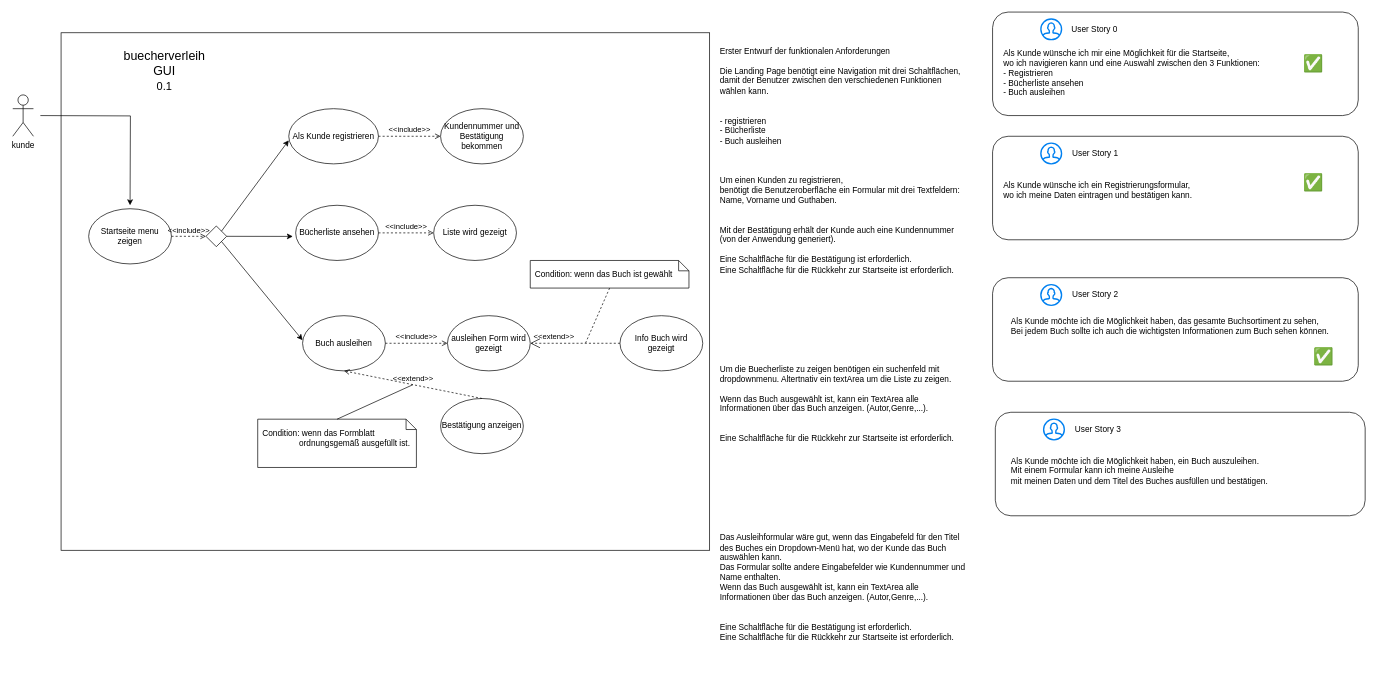
marcogara/WBS_60.1 keeps this draw.io diagram as Buechverleih.drawio. Above is the earlier version. Source tidied: cells renumbered, new cells numbered last; positions are measured from the earlier drawing's top-left corner, leaving out a move shared by most shapes. Both pictures are drawn from the tidied source at 69%, with x=0, y=0 at pixel (12, 12).
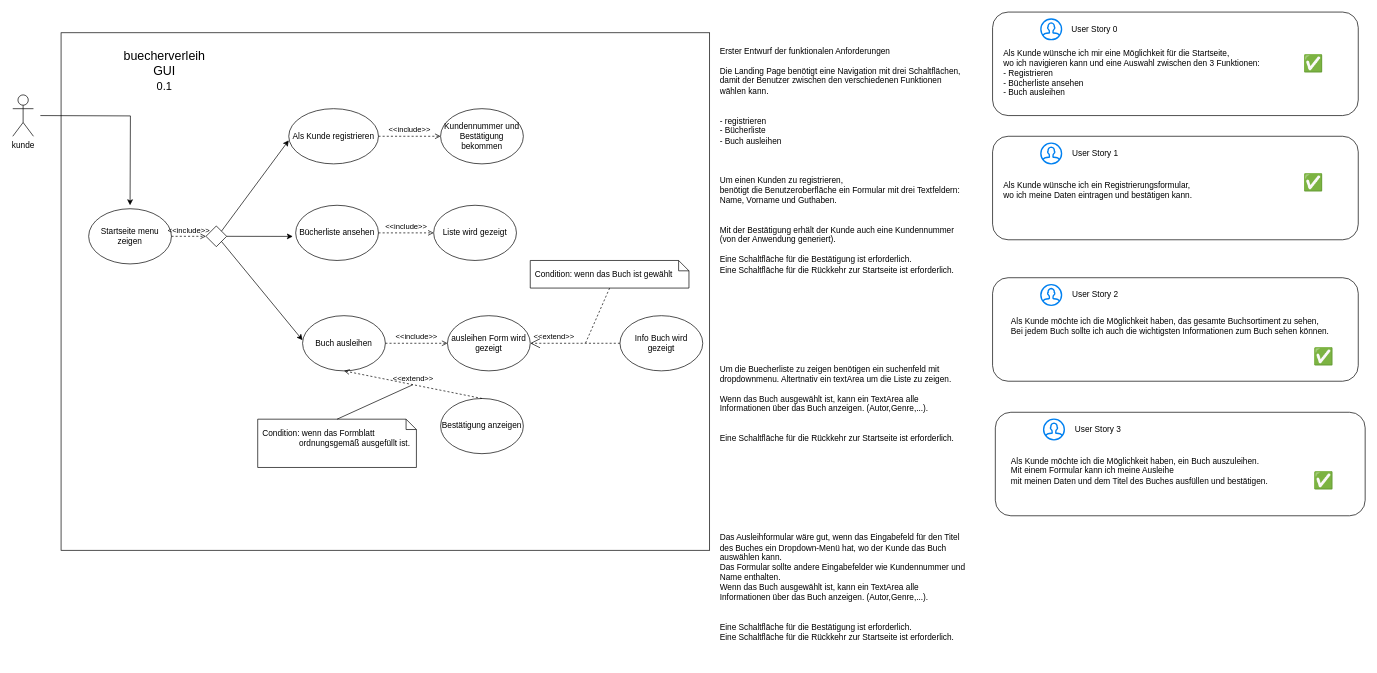
The same diagram, later.

Commit message:
update user story

Diff of the diagram source:
```diff
@@
+    <mxCell id="49" value="&lt;font style=&quot;font-size: 24px;&quot;&gt;✅&lt;/font&gt;" style="text;html=1;strokeColor=none;fillColor=none;align=center;verticalAlign=middle;whiteSpace=wrap;rounded=0;" parent="1" vertex="1">
+      <mxGeometry x="1860" y="650" width="80" height="60" as="geometry" />
+    </mxCell>
```
